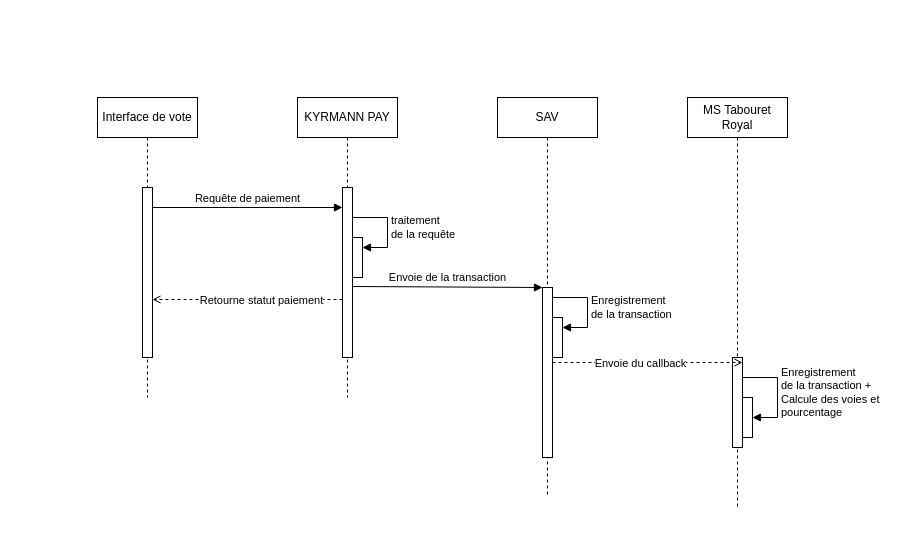
Earlier version of the draw.io diagram page "DS-PAIEMENT" (3 of 10) of Diagramme tabouret royal.drawio (Kaji17/Diagramme-UML). Source tidied: cells renumbered, new cells numbered last; positions are measured from the earlier drawing's top-left corner, leaving out a move shared by most shapes. Both pictures are drawn from the tidied source at 100%, with x=0, y=0 at pixel (97, 97).
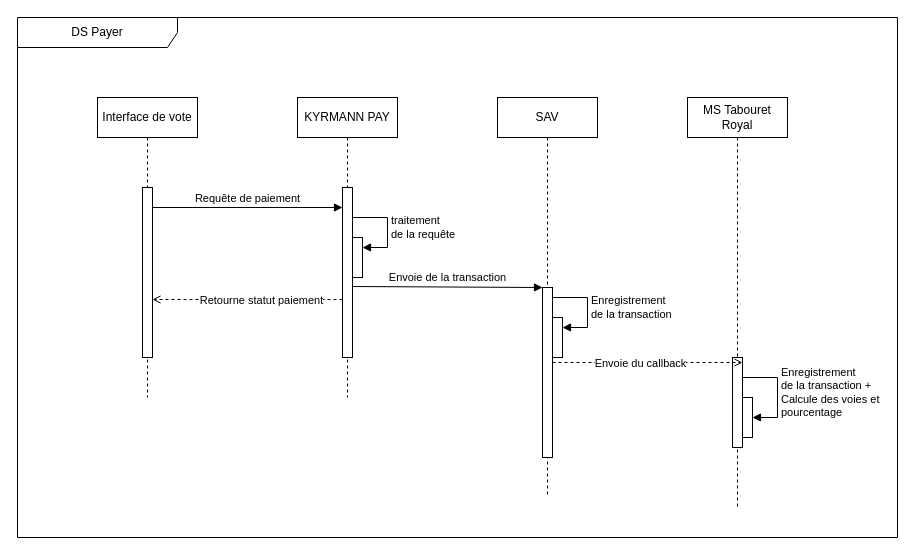
The same page after the edit.

Change to the diagram source:
```diff
@@
+    <mxCell id="22" value="DS Payer" style="shape=umlFrame;whiteSpace=wrap;html=1;width=160;" parent="1" vertex="1">
+      <mxGeometry x="-80" y="-80" width="880" height="520" as="geometry" />
+    </mxCell>
```
